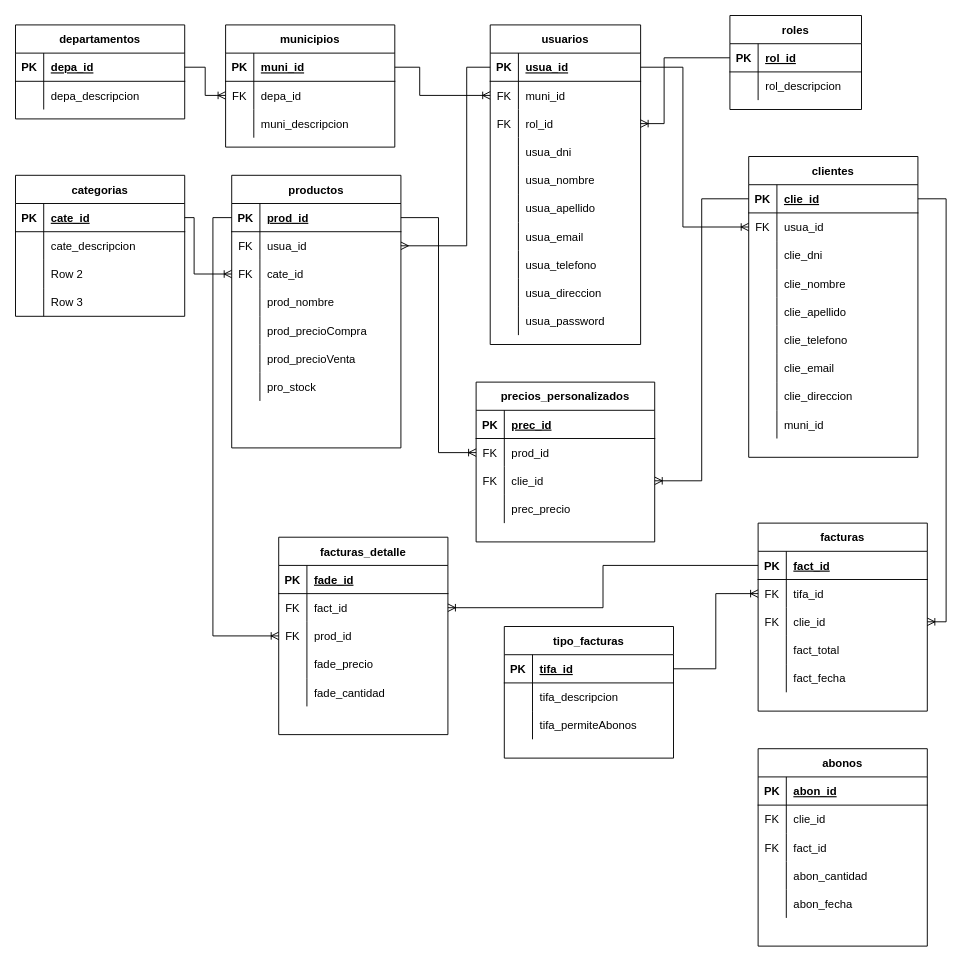
The draw.io diagram PHP_API/DB_SQL_QUERY/la_garita_db_diagram.drawio in didierbonilla/angular_php_app, before the edit. Source tidied: cells renumbered, new cells numbered last; positions are measured from the earlier drawing's top-left corner, leaving out a move shared by most shapes. Both pictures are drawn from the tidied source at 94%, with x=0, y=0 at pixel (15, 15).
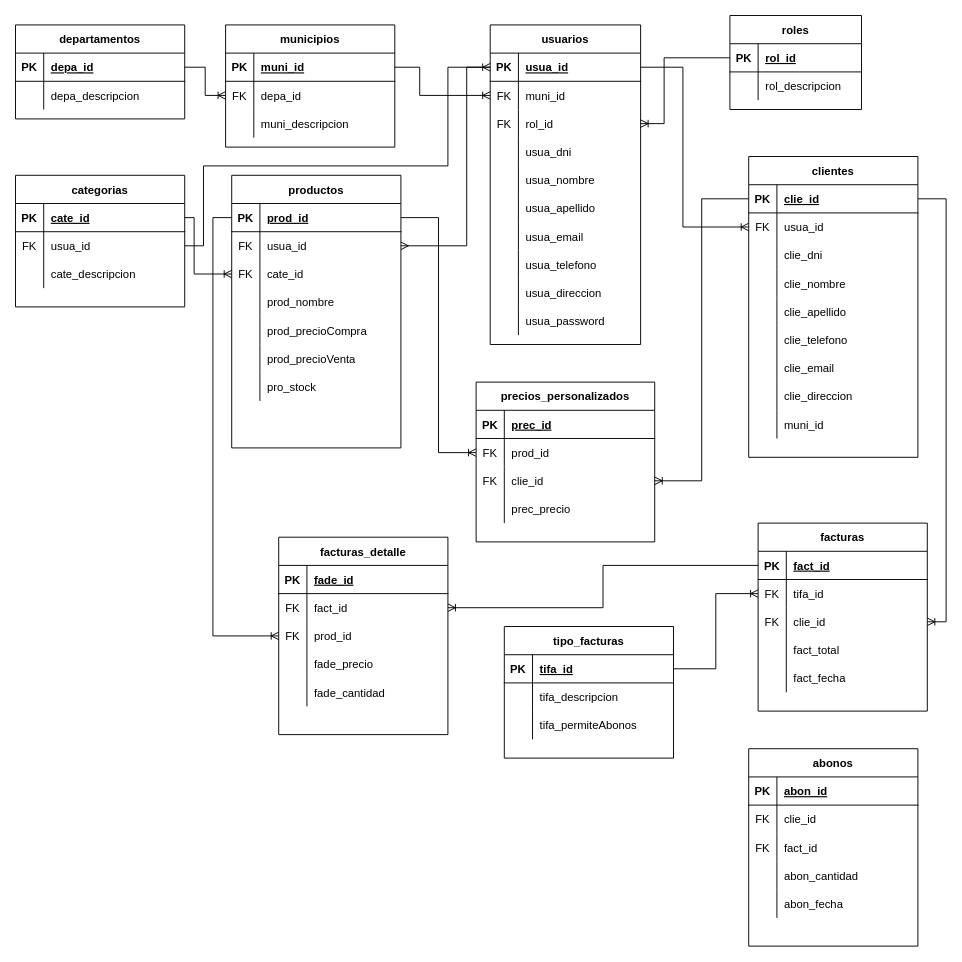
Above is the later version.

Unchanged cells that the change refers to:
```xml
<mxCell id="21" style="shape=tableRow;horizontal=0;startSize=0;swimlaneHead=0;swimlaneBody=0;fillColor=none;points=[[0,0.5],[1,0.5]];portConstraint=eastwest;top=0;left=0;right=0;bottom=1;" parent="20" vertex="1">
  <mxGeometry y="30" width="160" height="30" as="geometry" />
</mxCell>
```

The edit, as a diff of the source:
```diff
@@
     <mxCell id="111" value="categorias" style="shape=table;startSize=30;childLayout=tableLayout;rowLines=0;fontStyle=1;align=center;" parent="1" vertex="1">
-      <mxGeometry y="170" width="180" height="150" as="geometry" />
+      <mxGeometry y="170" width="180" height="140" as="geometry" />
     </mxCell>
@@
+    <mxCell id="203" style="shape=tableRow;horizontal=0;startSize=0;swimlaneHead=0;swimlaneBody=0;fillColor=none;points=[[0,0.5],[1,0.5]];portConstraint=eastwest;top=0;left=0;right=0;bottom=0;" parent="111" vertex="1">
+      <mxGeometry y="60" width="180" height="30" as="geometry" />
+    </mxCell>
+    <mxCell id="204" value="FK" style="shape=partialRectangle;fillColor=none;top=0;left=0;bottom=0;right=0;fontStyle=0;overflow=hidden;" parent="203" vertex="1">
+      <mxGeometry width="30" height="30" as="geometry" />
+    </mxCell>
+    <mxCell id="205" value="usua_id" style="shape=partialRectangle;fillColor=none;top=0;left=0;bottom=0;right=0;align=left;spacingLeft=6;fontStyle=0;overflow=hidden;" parent="203" vertex="1">
+      <mxGeometry x="30" width="150" height="30" as="geometry" />
+    </mxCell>
     <mxCell id="115" style="shape=tableRow;horizontal=0;startSize=0;swimlaneHead=0;swimlaneBody=0;fillColor=none;top=0;left=0;right=0;bottom=0;" parent="111" vertex="1">
-      <mxGeometry y="60" width="180" height="30" as="geometry" />
+      <mxGeometry y="90" width="180" height="30" as="geometry" />
     </mxCell>
@@
-    <mxCell id="118" style="shape=tableRow;horizontal=0;startSize=0;swimlaneHead=0;swimlaneBody=0;fillColor=none;top=0;left=0;right=0;bottom=0;" parent="111" vertex="1">
-      <mxGeometry y="90" width="180" height="30" as="geometry" />
-    </mxCell>
-    <mxCell id="119" style="shape=partialRectangle;fillColor=none;top=0;left=0;bottom=0;right=0;overflow=hidden;" parent="118" vertex="1">
-      <mxGeometry width="30" height="30" as="geometry" />
-    </mxCell>
-    <mxCell id="120" value="Row 2" style="shape=partialRectangle;fillColor=none;top=0;left=0;bottom=0;right=0;align=left;spacingLeft=6;overflow=hidden;" parent="118" vertex="1">
-      <mxGeometry x="30" width="150" height="30" as="geometry" />
-    </mxCell>
-    <mxCell id="121" style="shape=tableRow;horizontal=0;startSize=0;swimlaneHead=0;swimlaneBody=0;fillColor=none;top=0;left=0;right=0;bottom=0;" parent="111" vertex="1">
-      <mxGeometry y="120" width="180" height="30" as="geometry" />
-    </mxCell>
-    <mxCell id="122" style="shape=partialRectangle;fillColor=none;top=0;left=0;bottom=0;right=0;overflow=hidden;" parent="121" vertex="1">
-      <mxGeometry width="30" height="30" as="geometry" />
-    </mxCell>
-    <mxCell id="123" value="Row 3" style="shape=partialRectangle;fillColor=none;top=0;left=0;bottom=0;right=0;align=left;spacingLeft=6;overflow=hidden;" parent="121" vertex="1">
-      <mxGeometry x="30" width="150" height="30" as="geometry" />
-    </mxCell>
@@
     <mxCell id="187" value="abonos" style="shape=table;startSize=30;childLayout=tableLayout;rowLines=0;fontStyle=1;align=center;" parent="1" vertex="1">
-      <mxGeometry x="790" y="780" width="180" height="210" as="geometry" />
+      <mxGeometry x="780" y="780" width="180" height="210" as="geometry" />
     </mxCell>
@@
+    <mxCell id="206" style="edgeStyle=orthogonalEdgeStyle;fontSize=12;html=1;endArrow=ERoneToMany;rounded=0;exitX=1;exitY=0.5;exitDx=0;exitDy=0;entryX=0;entryY=0.5;entryDx=0;entryDy=0;" parent="1" edge="1" source="203" target="21">
+      <mxGeometry relative="1" as="geometry">
+        <Array as="points">
+          <mxPoint x="200" y="245" />
+          <mxPoint x="200" y="160" />
+          <mxPoint x="460" y="160" />
+          <mxPoint x="460" y="55" />
+        </Array>
+      </mxGeometry>
+    </mxCell>
```
